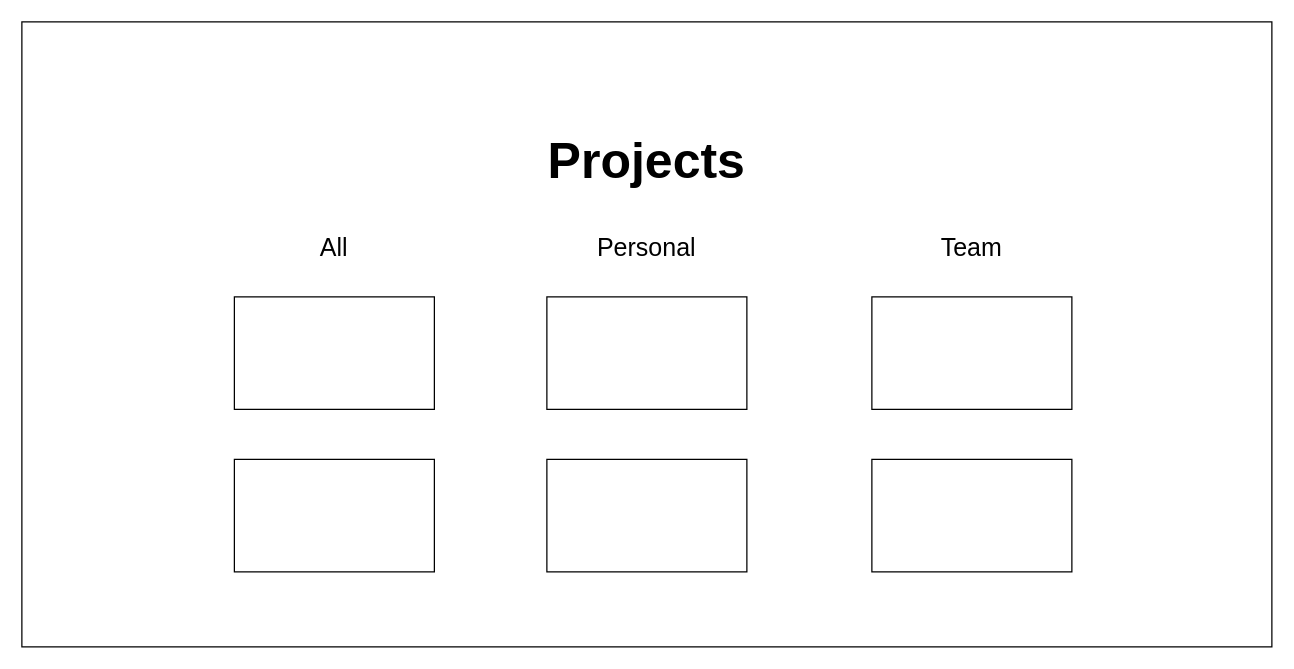
This is frontend/src/docs/layout/_projects/_projects_main.drawio from yk-jp/portfolio, a draw.io file, before an edit. Source tidied: cells renumbered, new cells numbered last; positions are measured from the earlier drawing's top-left corner, leaving out a move shared by most shapes. Both pictures are drawn from the tidied source at 125%, with x=0, y=0 at pixel (21, 21).
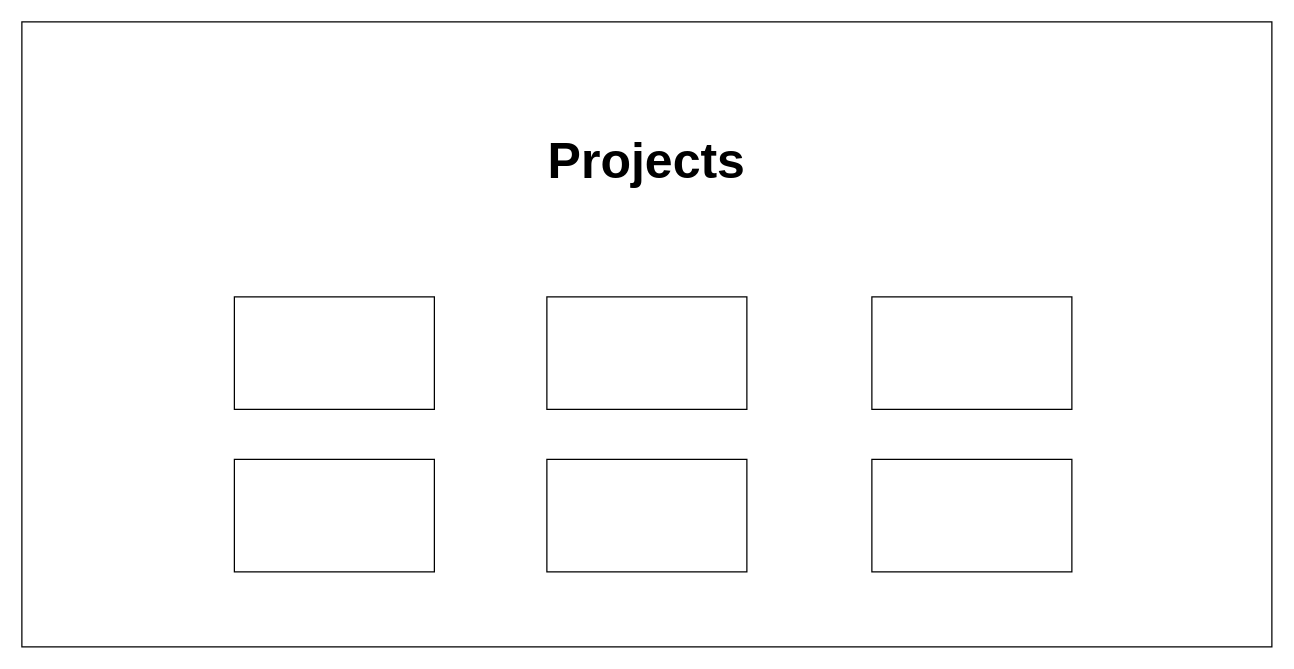
The same diagram, later.

What changed in the source:
```diff
@@
 <mxGraphModel>
   <root>
     <mxCell id="0" />
     <mxCell id="1" parent="0" />
     <mxCell id="2" style="edgeStyle=orthogonalEdgeStyle;rounded=0;orthogonalLoop=1;jettySize=auto;html=1;exitX=0.5;exitY=1;exitDx=0;exitDy=0;" parent="1" edge="1">
       <mxGeometry relative="1" as="geometry">
         <mxPoint x="586.5" y="349" as="sourcePoint" />
         <mxPoint x="586.5" y="349" as="targetPoint" />
       </mxGeometry>
     </mxCell>
     <mxCell id="3" style="whiteSpace=wrap;html=1;align=left;" parent="1" vertex="1">
       <mxGeometry width="1000" height="500" as="geometry" />
     </mxCell>
-    <mxCell id="4" value="Personal" style="rounded=0;whiteSpace=wrap;html=1;fontSize=20;align=center;strokeColor=none;" parent="1" vertex="1">
-      <mxGeometry x="450" y="170" width="100" height="20" as="geometry" />
-    </mxCell>
     <mxCell id="5" value="&lt;b&gt;&lt;font style=&quot;font-size: 40px&quot;&gt;Projects&lt;br&gt;&lt;/font&gt;&lt;/b&gt;" style="rounded=0;whiteSpace=wrap;html=1;fontSize=20;strokeColor=#FFFFFF;align=center;" parent="1" vertex="1">
       <mxGeometry x="365" y="50" width="270" height="120" as="geometry" />
     </mxCell>
-    <mxCell id="6" value="Team" style="rounded=0;whiteSpace=wrap;html=1;fontSize=20;align=center;strokeColor=none;" parent="1" vertex="1">
-      <mxGeometry x="710" y="170" width="100" height="20" as="geometry" />
-    </mxCell>
-    <mxCell id="7" value="All" style="rounded=0;whiteSpace=wrap;html=1;fontSize=20;align=center;strokeColor=none;" parent="1" vertex="1">
-      <mxGeometry x="200" y="170" width="100" height="20" as="geometry" />
-    </mxCell>
     <mxCell id="8" style="verticalLabelPosition=bottom;verticalAlign=top;html=1;shape=mxgraph.basic.rect;fillColor2=none;strokeWidth=1;size=20;indent=5;" parent="1" vertex="1">
       <mxGeometry x="420" y="220" width="160" height="90" as="geometry" />
     </mxCell>
     <mxCell id="9" style="verticalLabelPosition=bottom;verticalAlign=top;html=1;shape=mxgraph.basic.rect;fillColor2=none;strokeWidth=1;size=20;indent=5;" parent="1" vertex="1">
       <mxGeometry x="680" y="220" width="160" height="90" as="geometry" />
     </mxCell>
     <mxCell id="10" style="verticalLabelPosition=bottom;verticalAlign=top;html=1;shape=mxgraph.basic.rect;fillColor2=none;strokeWidth=1;size=20;indent=5;align=center;" parent="1" vertex="1">
       <mxGeometry x="170" y="220" width="160" height="90" as="geometry" />
     </mxCell>
     <mxCell id="11" style="verticalLabelPosition=bottom;verticalAlign=top;html=1;shape=mxgraph.basic.rect;fillColor2=none;strokeWidth=1;size=20;indent=5;align=center;" parent="1" vertex="1">
       <mxGeometry x="170" y="350" width="160" height="90" as="geometry" />
     </mxCell>
     <mxCell id="12" style="verticalLabelPosition=bottom;verticalAlign=top;html=1;shape=mxgraph.basic.rect;fillColor2=none;strokeWidth=1;size=20;indent=5;" parent="1" vertex="1">
       <mxGeometry x="420" y="350" width="160" height="90" as="geometry" />
     </mxCell>
     <mxCell id="13" style="verticalLabelPosition=bottom;verticalAlign=top;html=1;shape=mxgraph.basic.rect;fillColor2=none;strokeWidth=1;size=20;indent=5;" parent="1" vertex="1">
       <mxGeometry x="680" y="350" width="160" height="90" as="geometry" />
     </mxCell>
   </root>
 </mxGraphModel>
```
